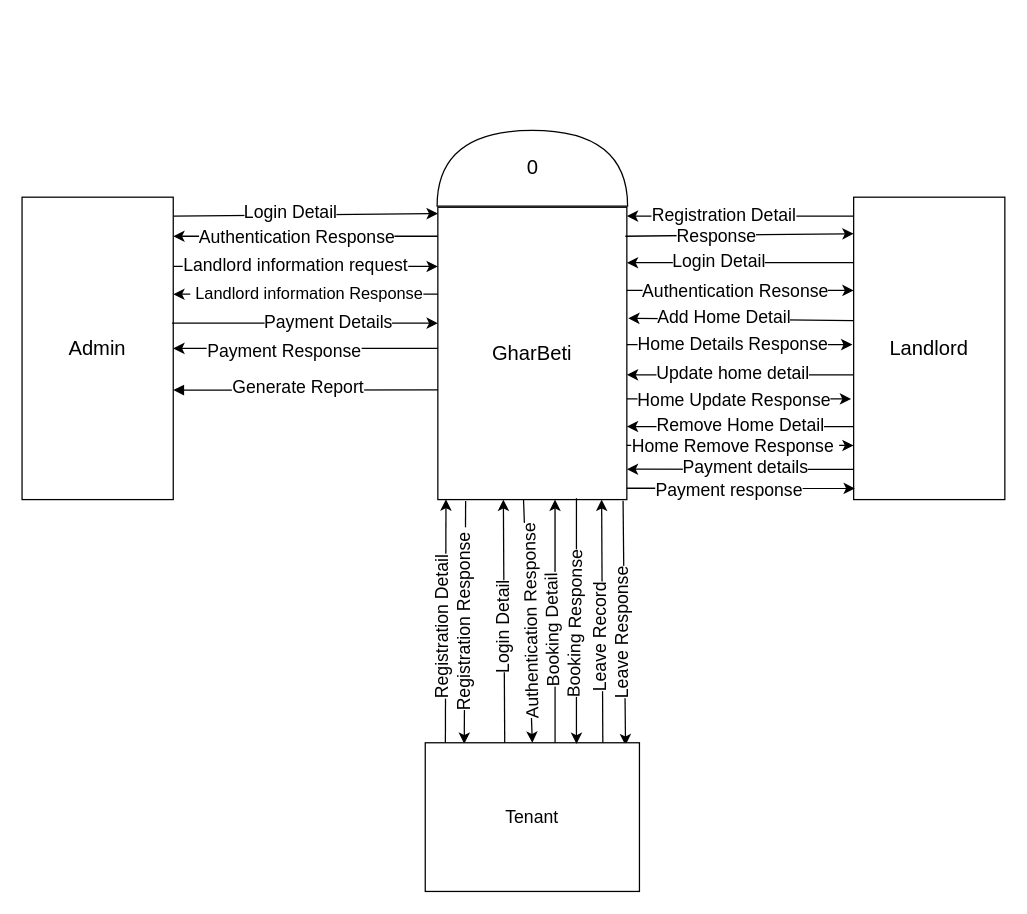
This is page "Context Diagram" (3 of 7) of GharBeti(Diagrams).drawio from Sbdpratik/gharbeti, a draw.io file, before an edit. Source tidied: cells renumbered, new cells numbered last; positions are measured from the earlier drawing's top-left corner, leaving out a move shared by most shapes. Both pictures are drawn from the tidied source at 126%, with x=0, y=0 at pixel (21, 72).
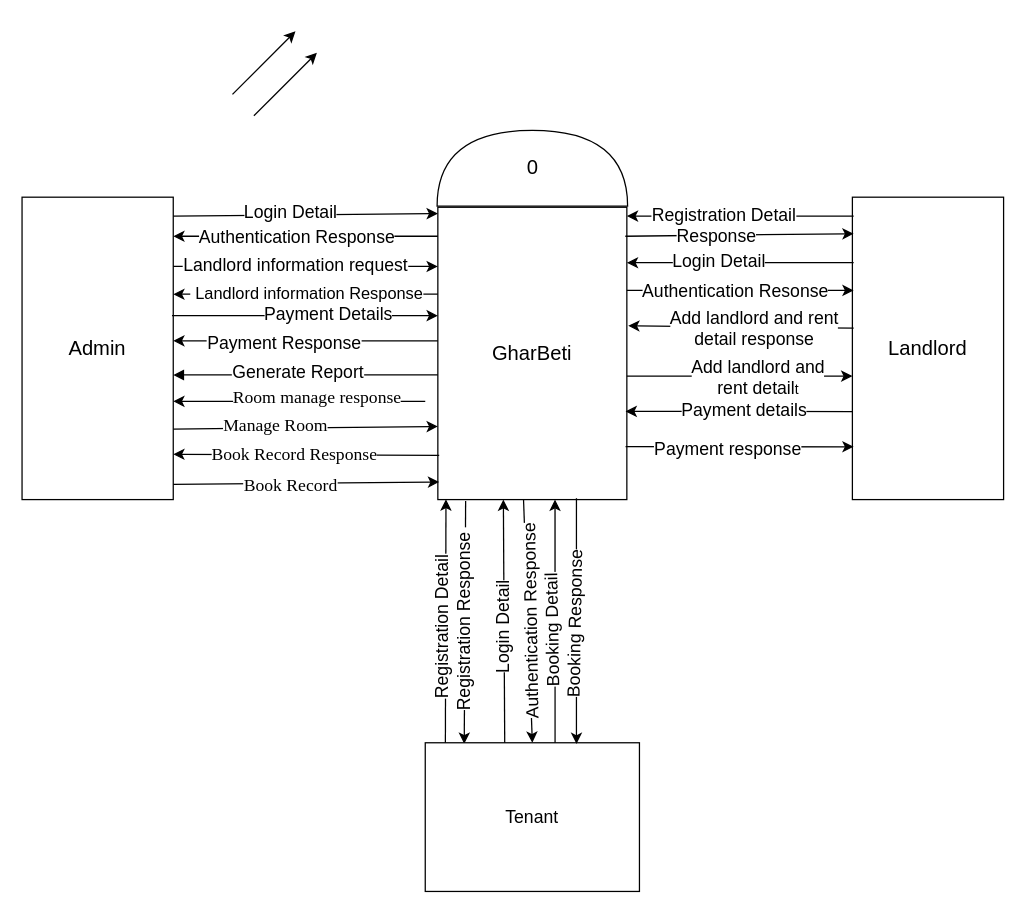
Above is the later version.

The change refers to these unchanged cells:
```xml
<mxCell id="2" value="&lt;font size=&quot;3&quot;&gt;GharBeti&lt;/font&gt;" style="rounded=0;whiteSpace=wrap;html=1;" parent="1" vertex="1">
  <mxGeometry x="330" y="107" width="150" height="232" as="geometry" />
</mxCell>
<mxCell id="4" value="&lt;font size=&quot;3&quot;&gt;Admin&lt;/font&gt;" style="rounded=0;whiteSpace=wrap;html=1;" parent="1" vertex="1">
  <mxGeometry y="99" width="120" height="240" as="geometry" />
</mxCell>
<mxCell id="52" value="&lt;font style=&quot;font-size: 14px&quot;&gt;Tenant&lt;/font&gt;" style="rounded=0;whiteSpace=wrap;html=1;" parent="1" vertex="1">
  <mxGeometry x="320" y="532" width="170" height="118" as="geometry" />
</mxCell>
```

Change to the diagram source:
```diff
@@
-    <mxCell id="11" style="endArrow=none;html=1;fontSize=12;entryX=1;entryY=0.638;entryDx=0;entryDy=0;entryPerimeter=0;exitX=1;exitY=0.638;exitDx=0;exitDy=0;exitPerimeter=0;startArrow=block;startFill=1;endFill=0;" parent="1" edge="1" source="4">
+    <mxCell id="11" style="endArrow=none;html=1;fontSize=12;entryX=1;entryY=0.638;entryDx=0;entryDy=0;entryPerimeter=0;exitX=1;exitY=0.638;exitDx=0;exitDy=0;exitPerimeter=0;startArrow=block;startFill=1;endFill=0;" parent="1" edge="1">
       <mxGeometry relative="1" as="geometry">
-        <mxPoint x="330" y="252" as="targetPoint" />
+        <mxPoint x="120" y="240.1" as="sourcePoint" />
+        <mxPoint x="330" y="240" as="targetPoint" />
       </mxGeometry>
     </mxCell>
@@
     <mxCell id="13" style="endArrow=classic;html=1;fontSize=12;exitX=0.992;exitY=0.404;exitDx=0;exitDy=0;exitPerimeter=0;" parent="1" edge="1">
       <mxGeometry relative="1" as="geometry">
-        <mxPoint x="119" y="199" as="sourcePoint" />
-        <mxPoint x="330" y="199" as="targetPoint" />
+        <mxPoint x="119" y="193" as="sourcePoint" />
+        <mxPoint x="330" y="193" as="targetPoint" />
       </mxGeometry>
     </mxCell>
@@
     <mxCell id="19" value="&lt;font size=&quot;3&quot;&gt;Landlord&lt;/font&gt;" style="rounded=0;whiteSpace=wrap;html=1;fontSize=12;" parent="1" vertex="1">
-      <mxGeometry x="660" y="99" width="120" height="240" as="geometry" />
+      <mxGeometry x="659" y="99" width="120" height="240" as="geometry" />
     </mxCell>
     <mxCell id="20" style="endArrow=classic;html=1;fontSize=12;entryX=-0.008;entryY=0.421;entryDx=0;entryDy=0;entryPerimeter=0;" parent="1" edge="1">
       <mxGeometry relative="1" as="geometry">
-        <mxPoint x="480" y="216" as="sourcePoint" />
-        <mxPoint x="659" y="216" as="targetPoint" />
+        <mxPoint x="480" y="241" as="sourcePoint" />
+        <mxPoint x="659" y="241" as="targetPoint" />
       </mxGeometry>
     </mxCell>
-    <mxCell id="21" value="&lt;font style=&quot;font-size: 14px;&quot;&gt;Home Details Response&lt;/font&gt;" style="edgeLabel;html=1;align=center;verticalAlign=middle;fontSize=14;" parent="20" vertex="1">
-      <mxGeometry x="-0.31" relative="1" as="geometry">
-        <mxPoint x="21" y="-1" as="offset" />
-      </mxGeometry>
-    </mxCell>
+    <mxCell id="61" value="&lt;span style=&quot;font-size: 14px&quot;&gt;Add landlord and &lt;br&gt;rent detail&lt;/span&gt;t" style="edgeLabel;html=1;align=center;verticalAlign=middle;" parent="20" vertex="1">
+      <mxGeometry x="0.24" relative="1" as="geometry">
+        <mxPoint x="-8" as="offset" />
+      </mxGeometry>
+    </mxCell>
     <mxCell id="22" style="endArrow=classic;html=1;fontSize=12;entryX=1.007;entryY=0.384;entryDx=0;entryDy=0;entryPerimeter=0;" parent="1" edge="1">
       <mxGeometry relative="1" as="geometry">
-        <mxPoint x="660" y="197" as="sourcePoint" />
-        <mxPoint x="481.1" y="195.1" as="targetPoint" />
+        <mxPoint x="660" y="203" as="sourcePoint" />
+        <mxPoint x="481.1" y="201.1" as="targetPoint" />
       </mxGeometry>
     </mxCell>
-    <mxCell id="23" value="&lt;font style=&quot;font-size: 14px&quot;&gt;Add Home Detail&lt;/font&gt;" style="edgeLabel;html=1;align=center;verticalAlign=middle;fontSize=12;" parent="22" vertex="1">
-      <mxGeometry x="0.16" relative="1" as="geometry">
-        <mxPoint y="-2" as="offset" />
-      </mxGeometry>
-    </mxCell>
+    <mxCell id="62" value="&lt;span style=&quot;font-size: 14px&quot;&gt;Add landlord and rent &lt;br&gt;detail response&lt;/span&gt;" style="edgeLabel;html=1;align=center;verticalAlign=middle;" parent="22" vertex="1">
+      <mxGeometry x="0.16" y="1" relative="1" as="geometry">
+        <mxPoint x="25" as="offset" />
+      </mxGeometry>
+    </mxCell>
@@
     <mxCell id="32" style="endArrow=classic;html=1;fontSize=12;entryX=0.992;entryY=0.909;entryDx=0;entryDy=0;entryPerimeter=0;" parent="1" edge="1">
       <mxGeometry relative="1" as="geometry">
-        <mxPoint x="660" y="315" as="sourcePoint" />
-        <mxPoint x="480" y="314.9" as="targetPoint" />
+        <mxPoint x="659" y="269.1" as="sourcePoint" />
+        <mxPoint x="479" y="269" as="targetPoint" />
       </mxGeometry>
     </mxCell>
@@
-    <mxCell id="34" style="endArrow=classic;html=1;fontSize=12;entryX=0;entryY=0.821;entryDx=0;entryDy=0;entryPerimeter=0;" parent="1" edge="1" target="19">
-      <mxGeometry relative="1" as="geometry">
-        <mxPoint x="480" y="296" as="sourcePoint" />
-      </mxGeometry>
-    </mxCell>
-    <mxCell id="35" style="endArrow=classic;html=1;fontSize=12;" parent="1" edge="1">
-      <mxGeometry relative="1" as="geometry">
-        <mxPoint x="660" y="281" as="sourcePoint" />
-        <mxPoint x="480" y="281" as="targetPoint" />
-      </mxGeometry>
-    </mxCell>
-    <mxCell id="36" value="&lt;font style=&quot;font-size: 14px;&quot;&gt;Remove Home Detail&lt;/font&gt;" style="edgeLabel;html=1;align=center;verticalAlign=middle;fontSize=14;" parent="35" vertex="1">
-      <mxGeometry x="0.15" y="-2" relative="1" as="geometry">
-        <mxPoint x="12" as="offset" />
-      </mxGeometry>
-    </mxCell>
-    <mxCell id="37" value="&lt;font style=&quot;font-size: 14px;&quot;&gt;Home Remove Response&amp;nbsp;&lt;/font&gt;" style="edgeLabel;html=1;align=center;verticalAlign=middle;fontSize=14;" parent="35" vertex="1">
-      <mxGeometry x="0.2" y="5" relative="1" as="geometry">
-        <mxPoint x="13" y="10" as="offset" />
-      </mxGeometry>
-    </mxCell>
-    <mxCell id="38" style="endArrow=classic;html=1;fontSize=12;entryX=-0.017;entryY=0.617;entryDx=0;entryDy=0;entryPerimeter=0;" parent="1" edge="1">
-      <mxGeometry relative="1" as="geometry">
-        <mxPoint x="480" y="259" as="sourcePoint" />
-        <mxPoint x="658" y="259.1" as="targetPoint" />
-      </mxGeometry>
-    </mxCell>
-    <mxCell id="39" value="&lt;font style=&quot;font-size: 14px;&quot;&gt;Home Update Response&lt;/font&gt;" style="edgeLabel;html=1;align=center;verticalAlign=middle;fontSize=14;" parent="38" vertex="1">
-      <mxGeometry x="-0.14" y="-1" relative="1" as="geometry">
-        <mxPoint x="8" y="-1" as="offset" />
-      </mxGeometry>
-    </mxCell>
-    <mxCell id="40" style="endArrow=classic;html=1;fontSize=12;" parent="1" edge="1">
-      <mxGeometry relative="1" as="geometry">
-        <mxPoint x="660" y="240" as="sourcePoint" />
-        <mxPoint x="480" y="240" as="targetPoint" />
-      </mxGeometry>
-    </mxCell>
-    <mxCell id="41" value="&lt;font style=&quot;font-size: 14px;&quot;&gt;Update home detail&lt;/font&gt;" style="edgeLabel;html=1;align=center;verticalAlign=middle;fontSize=14;" parent="40" vertex="1">
-      <mxGeometry x="0.38" y="-1" relative="1" as="geometry">
-        <mxPoint x="27" y="-1" as="offset" />
-      </mxGeometry>
-    </mxCell>
-    <mxCell id="42" style="endArrow=classic;html=1;fontSize=12;entryX=0.935;entryY=0.017;entryDx=0;entryDy=0;entryPerimeter=0;exitX=0.9;exitY=1.004;exitDx=0;exitDy=0;exitPerimeter=0;" parent="1" edge="1" target="52">
-      <mxGeometry relative="1" as="geometry">
-        <mxPoint x="477" y="339.9" as="sourcePoint" />
-      </mxGeometry>
-    </mxCell>
-    <mxCell id="43" value="&lt;font style=&quot;font-size: 14px&quot;&gt;Leave Response&lt;/font&gt;" style="edgeLabel;html=1;align=center;verticalAlign=middle;rotation=-90;" parent="42" vertex="1">
-      <mxGeometry x="0.25" y="2" relative="1" as="geometry">
-        <mxPoint x="-4" y="-15" as="offset" />
-      </mxGeometry>
-    </mxCell>
@@
     <mxCell id="50" style="endArrow=classic;html=1;fontSize=12;entryX=0.008;entryY=0.942;entryDx=0;entryDy=0;entryPerimeter=0;" parent="1" edge="1">
       <mxGeometry relative="1" as="geometry">
-        <mxPoint x="480" y="330" as="sourcePoint" />
-        <mxPoint x="661" y="330.1" as="targetPoint" />
+        <mxPoint x="479" y="297" as="sourcePoint" />
+        <mxPoint x="660" y="297.1" as="targetPoint" />
       </mxGeometry>
     </mxCell>
@@
-    <mxCell id="53" style="endArrow=classic;html=1;fontSize=12;exitX=0.829;exitY=0;exitDx=0;exitDy=0;exitPerimeter=0;" parent="1" edge="1" source="52">
-      <mxGeometry relative="1" as="geometry">
-        <mxPoint x="460" y="339" as="targetPoint" />
-      </mxGeometry>
-    </mxCell>
-    <mxCell id="54" value="&lt;font style=&quot;font-size: 14px&quot;&gt;Leave Record&lt;/font&gt;" style="edgeLabel;html=1;align=center;verticalAlign=middle;rotation=-90;" parent="53" vertex="1">
-      <mxGeometry x="-0.2" y="-1" relative="1" as="geometry">
-        <mxPoint x="-3" y="-6" as="offset" />
-      </mxGeometry>
-    </mxCell>
@@
-    <mxCell id="59" style="endArrow=classic;html=1;fontSize=14;entryX=1;entryY=0.5;entryDx=0;entryDy=0;" parent="1" edge="1" target="4">
+    <mxCell id="59" style="endArrow=classic;html=1;fontSize=14;entryX=1;entryY=0.5;entryDx=0;entryDy=0;" parent="1" edge="1">
       <mxGeometry relative="1" as="geometry">
-        <mxPoint x="330" y="219" as="sourcePoint" />
+        <mxPoint x="330" y="213" as="sourcePoint" />
+        <mxPoint x="120" y="213" as="targetPoint" />
       </mxGeometry>
     </mxCell>
@@
+    <mxCell id="63" style="endArrow=classic;html=1;" parent="1" edge="1">
+      <mxGeometry relative="1" as="geometry">
+        <mxPoint x="320" y="261" as="sourcePoint" />
+        <mxPoint x="120" y="261" as="targetPoint" />
+      </mxGeometry>
+    </mxCell>
+    <mxCell id="64" style="endArrow=classic;html=1;" parent="1" edge="1">
+      <mxGeometry relative="1" as="geometry">
+        <mxPoint x="167" y="17.4" as="sourcePoint" />
+        <mxPoint x="217" y="-32.6" as="targetPoint" />
+      </mxGeometry>
+    </mxCell>
+    <mxCell id="65" style="endArrow=classic;html=1;" parent="1" edge="1">
+      <mxGeometry relative="1" as="geometry">
+        <mxPoint x="184" y="34.4" as="sourcePoint" />
+        <mxPoint x="234" y="-15.6" as="targetPoint" />
+      </mxGeometry>
+    </mxCell>
+    <mxCell id="66" style="endArrow=classic;html=1;entryX=0.007;entryY=0.94;entryDx=0;entryDy=0;entryPerimeter=0;" parent="1" edge="1" target="2">
+      <mxGeometry relative="1" as="geometry">
+        <mxPoint x="120" y="327" as="sourcePoint" />
+      </mxGeometry>
+    </mxCell>
+    <mxCell id="67" value="&lt;font style=&quot;font-size: 14px&quot; face=&quot;Times New Roman&quot;&gt;Book Record&lt;/font&gt;" style="edgeLabel;html=1;align=center;verticalAlign=middle;" parent="66" vertex="1">
+      <mxGeometry x="-0.13" y="-2" relative="1" as="geometry" />
+    </mxCell>
+    <mxCell id="68" style="endArrow=classic;html=1;exitX=0.007;exitY=0.849;exitDx=0;exitDy=0;exitPerimeter=0;entryX=1;entryY=0.85;entryDx=0;entryDy=0;entryPerimeter=0;" parent="1" edge="1" source="2" target="4">
+      <mxGeometry relative="1" as="geometry" />
+    </mxCell>
+    <mxCell id="69" value="&lt;font face=&quot;Times New Roman&quot; style=&quot;font-size: 14px&quot;&gt;Book Record Response&lt;/font&gt;" style="edgeLabel;html=1;align=center;verticalAlign=middle;" parent="68" vertex="1">
+      <mxGeometry x="0.22" relative="1" as="geometry">
+        <mxPoint x="13" as="offset" />
+      </mxGeometry>
+    </mxCell>
+    <mxCell id="70" style="endArrow=classic;html=1;entryX=0;entryY=0.75;entryDx=0;entryDy=0;" parent="1" edge="1" target="2">
+      <mxGeometry relative="1" as="geometry">
+        <mxPoint x="120" y="283" as="sourcePoint" />
+      </mxGeometry>
+    </mxCell>
+    <mxCell id="71" value="&lt;font style=&quot;font-size: 14px&quot; face=&quot;Times New Roman&quot;&gt;Room manage response&lt;/font&gt;" style="edgeLabel;html=1;align=center;verticalAlign=middle;" parent="70" vertex="1">
+      <mxGeometry x="0.16" y="-2" relative="1" as="geometry">
+        <mxPoint x="-9" y="-25" as="offset" />
+      </mxGeometry>
+    </mxCell>
+    <mxCell id="72" value="&lt;font style=&quot;font-size: 14px&quot; face=&quot;Times New Roman&quot;&gt;Manage Room&lt;/font&gt;" style="edgeLabel;html=1;align=center;verticalAlign=middle;" parent="70" vertex="1">
+      <mxGeometry x="-0.23" y="2" relative="1" as="geometry" />
+    </mxCell>
```
